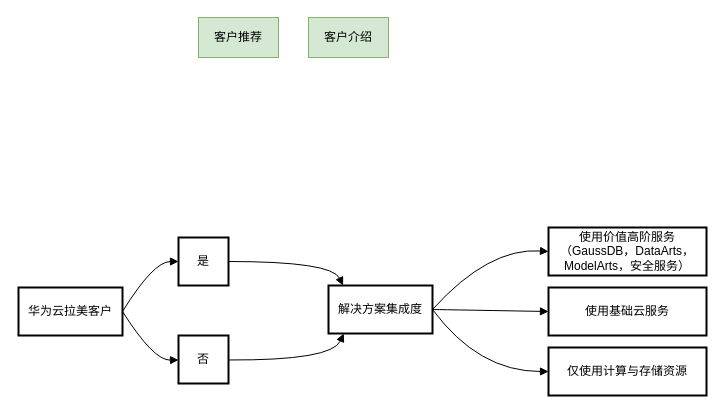
This is ISV Development Rule.drawio from yeal911/draw.io, a draw.io file, before an edit. Source tidied: cells renumbered, new cells numbered last; positions are measured from the earlier drawing's top-left corner, leaving out a move shared by most shapes. Both pictures are drawn from the tidied source at 100%, with x=0, y=0 at pixel (18, 17).
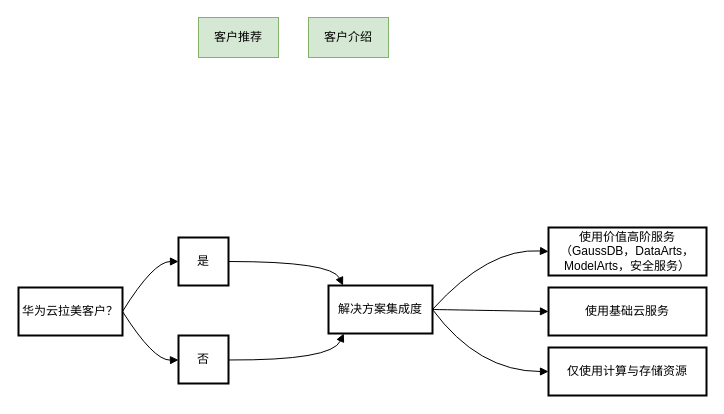
The same page after the edit.

Change to the diagram source:
```diff
@@
-    <mxCell id="9" value="华为云拉美客户" style="whiteSpace=wrap;strokeWidth=2;" parent="1" vertex="1">
+    <mxCell id="9" value="华为云拉美客户？" style="whiteSpace=wrap;strokeWidth=2;" parent="1" vertex="1">
       <mxGeometry y="270" width="104" height="48" as="geometry" />
     </mxCell>
```
